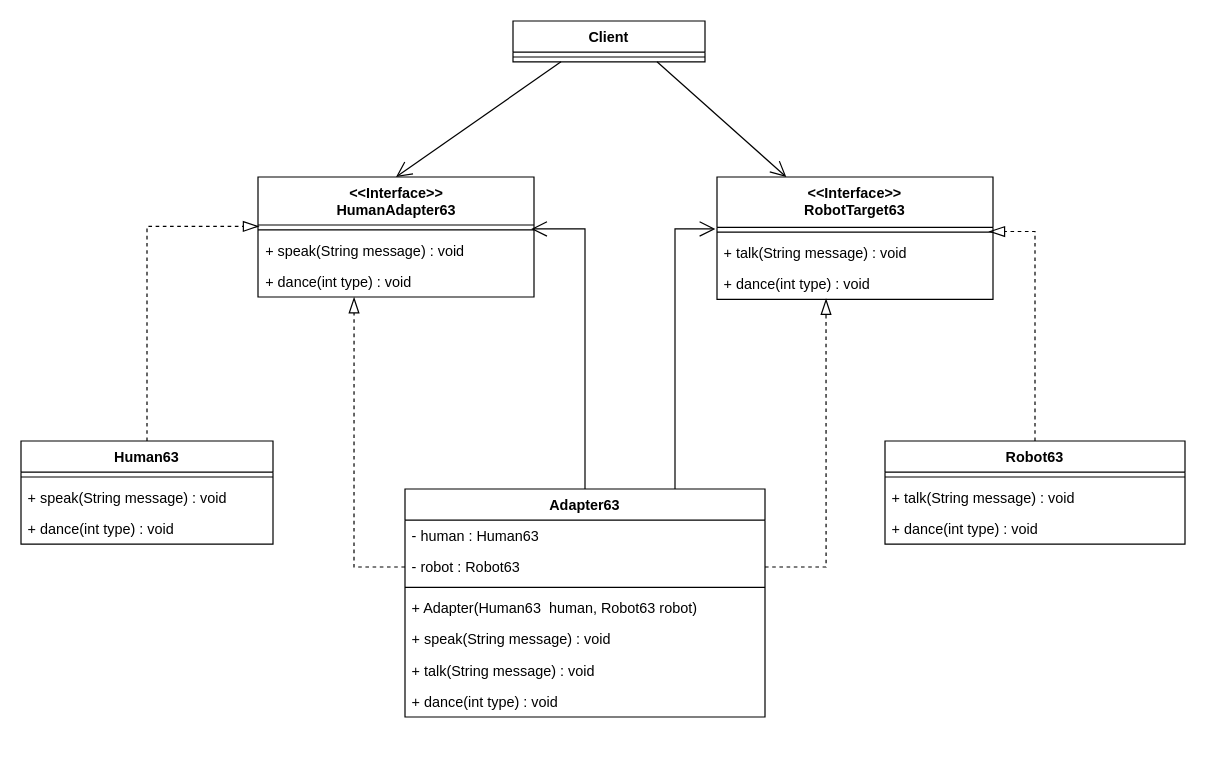
MyBozai/Java keeps this draw.io diagram as 双向适配器.drawio. Above is the earlier version. Source tidied: cells renumbered, new cells numbered last; positions are measured from the earlier drawing's top-left corner, leaving out a move shared by most shapes. Both pictures are drawn from the tidied source at 120%, with x=0, y=0 at pixel (20, 20).
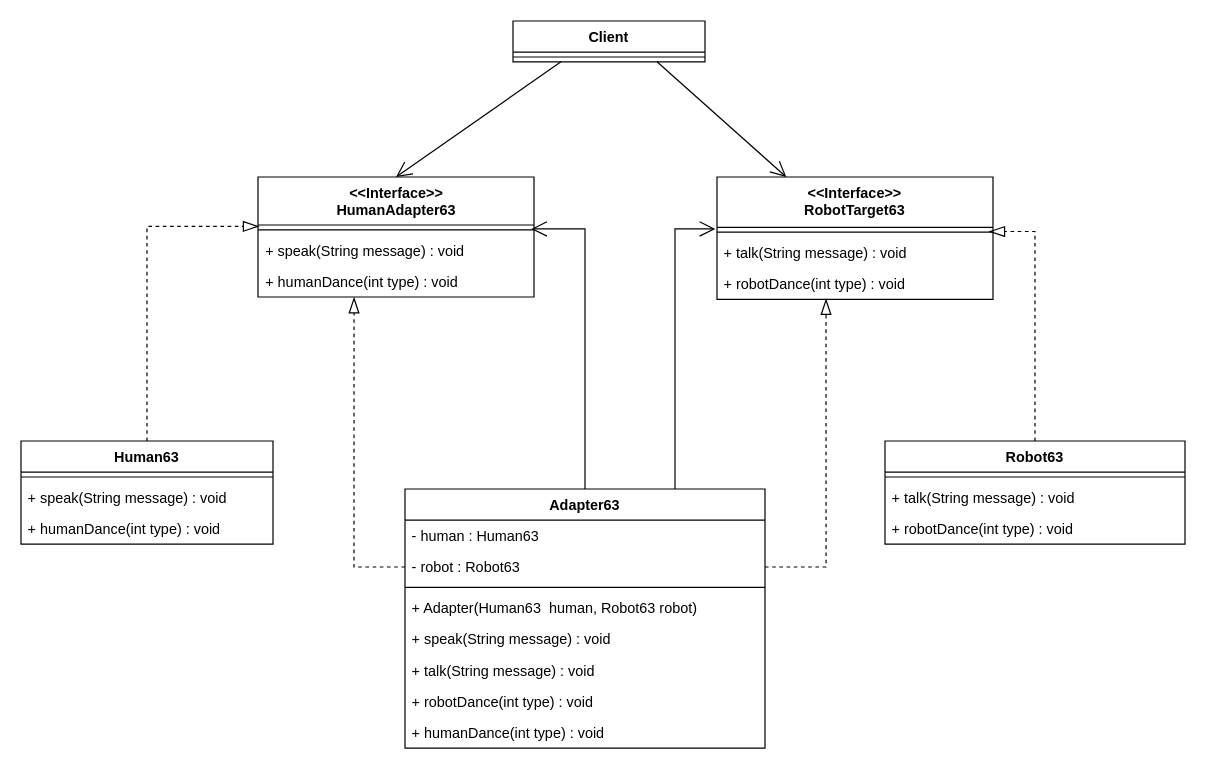
The same page after the edit.

Commit message:
更新双向适配器.drawio

Unchanged cells that the change refers to:
```xml
<mxCell id="6" value="&amp;lt;&amp;lt;Interface&amp;gt;&amp;gt;&lt;br&gt;HumanAdapter63" style="swimlane;fontStyle=1;align=center;verticalAlign=top;horizontal=1;startSize=40;whiteSpace=wrap;html=1;" parent="1" vertex="1">
  <mxGeometry x="197.5" y="130" width="230" height="100" as="geometry" />
</mxCell>
<mxCell id="10" value="&amp;lt;&amp;lt;Interface&amp;gt;&amp;gt;&lt;br style=&quot;border-color: var(--border-color);&quot;&gt;RobotTarget63" style="swimlane;fontStyle=1;align=center;verticalAlign=top;horizontal=1;startSize=42;whiteSpace=wrap;html=1;" parent="1" vertex="1">
  <mxGeometry x="580" y="130" width="230" height="102" as="geometry" />
</mxCell>
<mxCell id="14" value="Human63" style="swimlane;fontStyle=1;align=center;verticalAlign=top;horizontal=1;startSize=26;whiteSpace=wrap;html=1;" parent="1" vertex="1">
  <mxGeometry y="350" width="210" height="86" as="geometry" />
</mxCell>
<mxCell id="26" value="Robot63" style="swimlane;fontStyle=1;align=center;verticalAlign=top;horizontal=1;startSize=26;whiteSpace=wrap;html=1;" parent="1" vertex="1">
  <mxGeometry x="720" y="350" width="250" height="86" as="geometry" />
</mxCell>
```

Change to the diagram source:
```diff
@@
-    <mxCell id="9" value="+ dance(int type) : void" style="text;strokeColor=none;fillColor=none;align=left;verticalAlign=top;spacingLeft=4;spacingRight=4;overflow=hidden;points=[[0,0.5],[1,0.5]];portConstraint=eastwest;whiteSpace=wrap;html=1;" parent="6" vertex="1">
+    <mxCell id="9" value="+ humanDance(int type) : void" style="text;strokeColor=none;fillColor=none;align=left;verticalAlign=top;spacingLeft=4;spacingRight=4;overflow=hidden;points=[[0,0.5],[1,0.5]];portConstraint=eastwest;whiteSpace=wrap;html=1;" parent="6" vertex="1">
       <mxGeometry y="74" width="230" height="26" as="geometry" />
     </mxCell>
@@
-    <mxCell id="13" value="+ dance(int type) : void" style="text;strokeColor=none;fillColor=none;align=left;verticalAlign=top;spacingLeft=4;spacingRight=4;overflow=hidden;points=[[0,0.5],[1,0.5]];portConstraint=eastwest;whiteSpace=wrap;html=1;" parent="10" vertex="1">
+    <mxCell id="13" value="+ robotDance(int type) : void" style="text;strokeColor=none;fillColor=none;align=left;verticalAlign=top;spacingLeft=4;spacingRight=4;overflow=hidden;points=[[0,0.5],[1,0.5]];portConstraint=eastwest;whiteSpace=wrap;html=1;" parent="10" vertex="1">
       <mxGeometry y="76" width="230" height="26" as="geometry" />
     </mxCell>
@@
-    <mxCell id="17" value="+ dance(int type) : void" style="text;strokeColor=none;fillColor=none;align=left;verticalAlign=top;spacingLeft=4;spacingRight=4;overflow=hidden;whiteSpace=wrap;html=1;" parent="14" vertex="1">
+    <mxCell id="17" value="+ humanDance(int type) : void" style="text;strokeColor=none;fillColor=none;align=left;verticalAlign=top;spacingLeft=4;spacingRight=4;overflow=hidden;whiteSpace=wrap;html=1;" parent="14" vertex="1">
       <mxGeometry y="60" width="210" height="26" as="geometry" />
     </mxCell>
     <mxCell id="18" value="Adapter63" style="swimlane;fontStyle=1;align=center;verticalAlign=top;horizontal=1;startSize=26;whiteSpace=wrap;html=1;" parent="1" vertex="1">
-      <mxGeometry x="320" y="390" width="300" height="190" as="geometry" />
+      <mxGeometry x="320" y="390" width="300" height="216" as="geometry" />
     </mxCell>
@@
-    <mxCell id="25" value="+ dance(int type) : void" style="text;strokeColor=none;fillColor=none;align=left;verticalAlign=top;spacingLeft=4;spacingRight=4;overflow=hidden;whiteSpace=wrap;html=1;" parent="18" vertex="1">
+    <mxCell id="25" value="+ robotDance(int type) : void" style="text;strokeColor=none;fillColor=none;align=left;verticalAlign=top;spacingLeft=4;spacingRight=4;overflow=hidden;whiteSpace=wrap;html=1;" parent="18" vertex="1">
       <mxGeometry y="164" width="300" height="26" as="geometry" />
     </mxCell>
+    <mxCell id="36" value="+ humanDance(int type) : void" style="text;strokeColor=none;fillColor=none;align=left;verticalAlign=top;spacingLeft=4;spacingRight=4;overflow=hidden;whiteSpace=wrap;html=1;" parent="18" vertex="1">
+      <mxGeometry y="190" width="300" height="26" as="geometry" />
+    </mxCell>
@@
-    <mxCell id="29" value="+ dance(int type) : void" style="text;strokeColor=none;fillColor=none;align=left;verticalAlign=top;spacingLeft=4;spacingRight=4;overflow=hidden;whiteSpace=wrap;html=1;" parent="26" vertex="1">
+    <mxCell id="29" value="+ robotDance(int type) : void" style="text;strokeColor=none;fillColor=none;align=left;verticalAlign=top;spacingLeft=4;spacingRight=4;overflow=hidden;whiteSpace=wrap;html=1;" parent="26" vertex="1">
       <mxGeometry y="60" width="250" height="26" as="geometry" />
     </mxCell>
```
